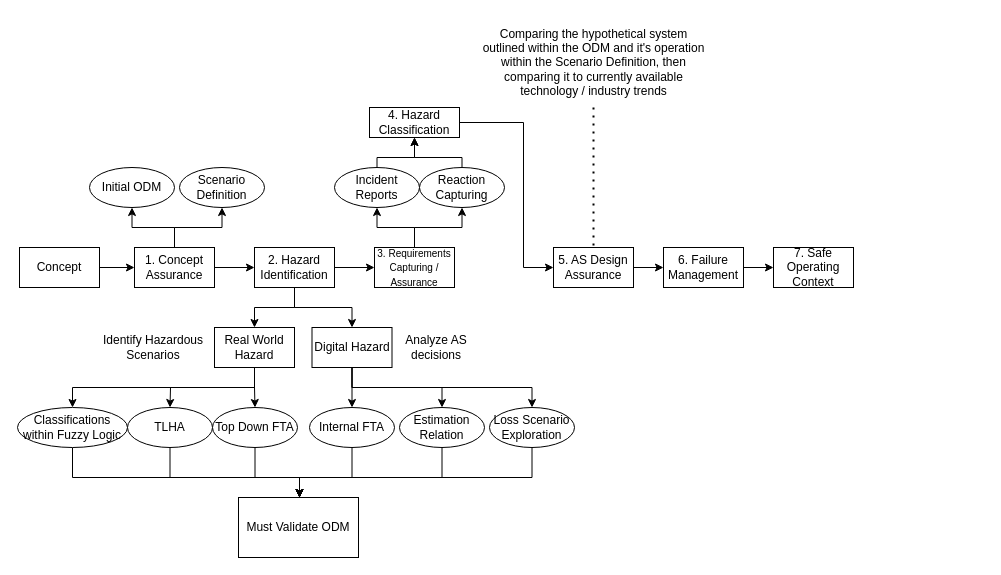
Above: SACE-Rail.drawio in TortoiseFather/SimpleRailwaySim (draw.io), before the change. Source tidied: cells renumbered, new cells numbered last; positions are measured from the earlier drawing's top-left corner, leaving out a move shared by most shapes. Both pictures are drawn from the tidied source at 100%, with x=0, y=0 at pixel (17, 17).
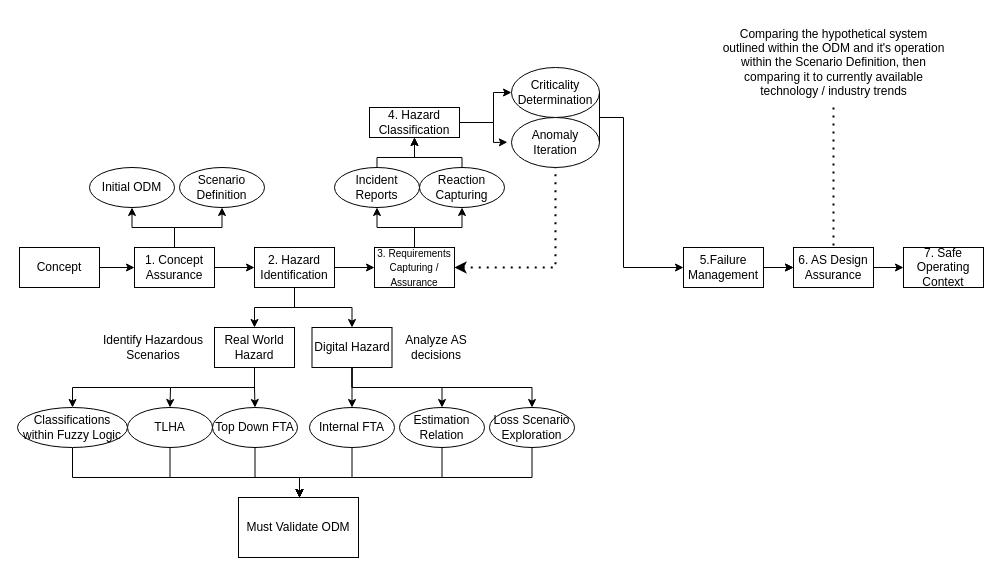
The same page after the edit.

Unchanged cells that the change refers to:
```xml
<mxCell id="22" value="&lt;font style=&quot;font-size: 10px;&quot;&gt;3. Requirements Capturing / Assurance&lt;/font&gt;" style="rounded=0;whiteSpace=wrap;html=1;" parent="1" vertex="1">
  <mxGeometry x="357" y="230" width="80" height="40" as="geometry" />
</mxCell>
<mxCell id="49" value="4. Hazard Classification" style="whiteSpace=wrap;html=1;" parent="1" vertex="1">
  <mxGeometry x="352" y="90" width="90" height="30" as="geometry" />
</mxCell>
```

What changed in the source:
```diff
@@
+    <mxCell id="53" style="edgeStyle=orthogonalEdgeStyle;rounded=0;jettySize=auto;html=1;" parent="1" edge="1" source="24" target="26">
+      <mxGeometry relative="1" as="geometry" />
+    </mxCell>
-    <mxCell id="24" value="5. AS Design Assurance" style="rounded=0;whiteSpace=wrap;html=1;" parent="1" vertex="1">
-      <mxGeometry x="536" y="230" width="80" height="40" as="geometry" />
+    <mxCell id="24" value="5.Failure Management" style="rounded=0;whiteSpace=wrap;html=1;" parent="1" vertex="1">
+      <mxGeometry x="666" y="230" width="80" height="40" as="geometry" />
     </mxCell>
@@
-    <mxCell id="26" value="6. Failure Management" style="rounded=0;whiteSpace=wrap;html=1;" parent="1" vertex="1">
-      <mxGeometry x="646" y="230" width="80" height="40" as="geometry" />
+    <mxCell id="26" value="6. AS Design Assurance" style="rounded=0;whiteSpace=wrap;html=1;" parent="1" vertex="1">
+      <mxGeometry x="776" y="230" width="80" height="40" as="geometry" />
     </mxCell>
@@
     <mxCell id="48" value="7. Safe Operating Context" style="rounded=0;whiteSpace=wrap;html=1;" parent="1" vertex="1">
-      <mxGeometry x="756" y="230" width="80" height="40" as="geometry" />
+      <mxGeometry x="886" y="230" width="80" height="40" as="geometry" />
     </mxCell>
@@
     <mxCell id="50" value="Comparing the hypothetical system outlined within the ODM and it's operation within the Scenario Definition, then comparing it to currently available technology / industry trends" style="text;html=1;strokeColor=none;fillColor=none;align=center;verticalAlign=middle;whiteSpace=wrap;rounded=0;" parent="1" vertex="1">
-      <mxGeometry x="463.6" width="224.8" height="90" as="geometry" />
+      <mxGeometry x="703.6" width="224.8" height="90" as="geometry" />
     </mxCell>
-    <mxCell id="51" style="endArrow=none;dashed=1;html=1;dashPattern=1 3;strokeWidth=2;rounded=0;entryX=0.5;entryY=0;entryDx=0;entryDy=0;exitX=0.5;exitY=1;exitDx=0;exitDy=0;" parent="1" edge="1" source="50" target="24">
-      <mxGeometry relative="1" as="geometry" />
+    <mxCell id="51" style="endArrow=none;dashed=1;html=1;dashPattern=1 3;strokeWidth=2;rounded=0;entryX=0.5;entryY=0;entryDx=0;entryDy=0;exitX=0.5;exitY=1;exitDx=0;exitDy=0;" parent="1" edge="1" source="50">
+      <mxGeometry relative="1" as="geometry">
+        <mxPoint x="816" y="230" as="targetPoint" />
+      </mxGeometry>
     </mxCell>
-    <mxCell id="52" style="endArrow=classic;html=1;rounded=0;exitX=1;exitY=0.5;exitDx=0;exitDy=0;entryX=0;entryY=0.5;entryDx=0;entryDy=0;" parent="1" edge="1" source="49" target="24">
-      <mxGeometry relative="1" as="geometry">
-        <Array as="points">
-          <mxPoint x="506" y="105" />
-          <mxPoint x="506" y="250" />
-        </Array>
-      </mxGeometry>
-    </mxCell>
+    <mxCell id="54" value="Criticality Determination" style="ellipse;whiteSpace=wrap;html=1;" parent="1" vertex="1">
+      <mxGeometry x="494" y="50" width="88" height="50" as="geometry" />
+    </mxCell>
+    <mxCell id="55" value="Anomaly Iteration" style="ellipse;whiteSpace=wrap;html=1;" parent="1" vertex="1">
+      <mxGeometry x="494" y="100" width="88" height="50" as="geometry" />
+    </mxCell>
+    <mxCell id="56" style="endArrow=none;dashed=1;html=1;dashPattern=1 3;strokeWidth=2;rounded=0;entryX=0.5;entryY=1;entryDx=0;entryDy=0;exitX=1;exitY=0.5;exitDx=0;exitDy=0;startArrow=classic;startFill=1;" parent="1" edge="1" source="22" target="55">
+      <mxGeometry relative="1" as="geometry">
+        <Array as="points">
+          <mxPoint x="538" y="250" />
+        </Array>
+      </mxGeometry>
+    </mxCell>
+    <mxCell id="57" style="endArrow=classic;html=1;rounded=0;exitX=1;exitY=0.5;exitDx=0;exitDy=0;entryX=0;entryY=0.5;entryDx=0;entryDy=0;" parent="1" edge="1" source="49" target="54">
+      <mxGeometry relative="1" as="geometry">
+        <Array as="points">
+          <mxPoint x="476" y="105" />
+          <mxPoint x="476" y="75" />
+        </Array>
+      </mxGeometry>
+    </mxCell>
+    <mxCell id="58" style="endArrow=classic;html=1;rounded=0;exitX=1;exitY=0.5;exitDx=0;exitDy=0;entryX=-0.047;entryY=0.494;entryDx=0;entryDy=0;entryPerimeter=0;" parent="1" edge="1" source="49" target="55">
+      <mxGeometry relative="1" as="geometry">
+        <Array as="points">
+          <mxPoint x="476" y="105" />
+          <mxPoint x="476" y="125" />
+        </Array>
+      </mxGeometry>
+    </mxCell>
+    <mxCell id="59" style="endArrow=classic;html=1;rounded=0;entryX=0;entryY=0.5;entryDx=0;entryDy=0;exitX=1;exitY=0.5;exitDx=0;exitDy=0;" parent="1" edge="1" source="55" target="24">
+      <mxGeometry relative="1" as="geometry">
+        <Array as="points">
+          <mxPoint x="582" y="100" />
+          <mxPoint x="606" y="100" />
+          <mxPoint x="606" y="250" />
+        </Array>
+      </mxGeometry>
+    </mxCell>
+    <mxCell id="60" style="endArrow=none;html=1;rounded=0;entryX=1;entryY=0.5;entryDx=0;entryDy=0;" parent="1" edge="1" target="54">
+      <mxGeometry relative="1" as="geometry">
+        <mxPoint x="582" y="110" as="sourcePoint" />
+      </mxGeometry>
+    </mxCell>
```
